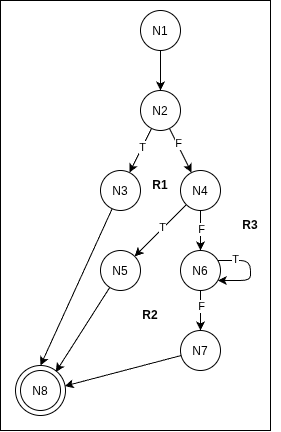
Before: Prática - Caça às Bruxas/Diagrama 4.png, a diagram exported from draw.io (Henrique-Segundo/TESTES_26.02). Source tidied: cells renumbered, new cells last; positions are measured from the earlier drawing's top-left corner, leaving out a move shared by most shapes.
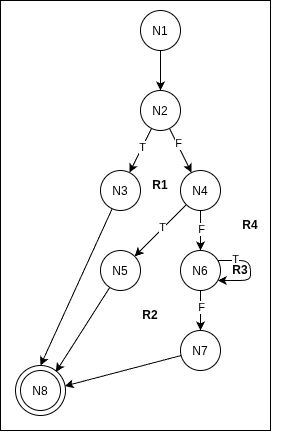
After the commit.

Diff of the diagram source:
```diff
@@ -91,8 +91,11 @@
     <mxCell id="29" value="R2" style="text;html=1;whiteSpace=wrap;strokeColor=none;fillColor=none;align=center;verticalAlign=middle;rounded=0;fontFamily=Helvetica;fontSize=12;fontColor=default;fontStyle=1;" parent="1" vertex="1">
       <mxGeometry x="120" y="300" width="60" height="30" as="geometry" />
     </mxCell>
-    <mxCell id="30" value="R3" style="text;html=1;whiteSpace=wrap;strokeColor=none;fillColor=none;align=center;verticalAlign=middle;rounded=0;fontFamily=Helvetica;fontSize=12;fontColor=default;fontStyle=1;" parent="1" vertex="1">
+    <mxCell id="30" value="R4" style="text;html=1;whiteSpace=wrap;strokeColor=none;fillColor=none;align=center;verticalAlign=middle;rounded=0;fontFamily=Helvetica;fontSize=12;fontColor=default;fontStyle=1;" parent="1" vertex="1">
       <mxGeometry x="220" y="210" width="60" height="30" as="geometry" />
     </mxCell>
+    <mxCell id="31" value="R3" style="text;html=1;whiteSpace=wrap;strokeColor=none;fillColor=none;align=center;verticalAlign=middle;rounded=0;fontFamily=Helvetica;fontSize=12;fontColor=default;fontStyle=1;" parent="1" vertex="1">
+      <mxGeometry x="210" y="255" width="60" height="30" as="geometry" />
+    </mxCell>
   </root>
 </mxGraphModel>
```
